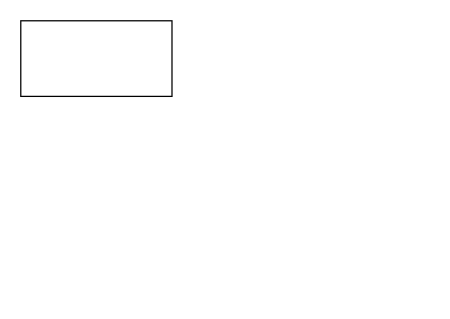
Earlier version of the draw.io diagram Untitled Diagram.drawio (uxyheaven/drawio). Source tidied: cells renumbered, new cells numbered last; positions are measured from the earlier drawing's top-left corner, leaving out a move shared by most shapes. Both pictures are drawn from the tidied source at 126%, with x=0, y=0 at pixel (20, 20).
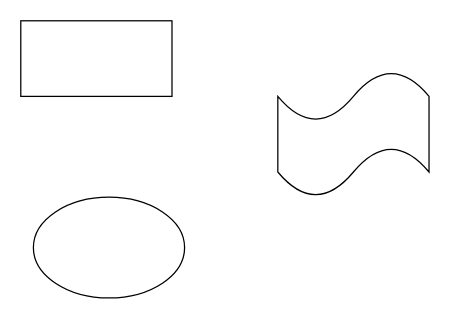
Above is the later version.

Diff of the diagram source:
```diff
@@
 <mxGraphModel>
   <root>
     <mxCell id="0" />
     <mxCell id="1" parent="0" />
     <mxCell id="2" style="rounded=0;whiteSpace=wrap;html=1;" parent="1" vertex="1">
       <mxGeometry width="120" height="60" as="geometry" />
     </mxCell>
+    <mxCell id="3" style="ellipse;whiteSpace=wrap;html=1;" parent="1" vertex="1">
+      <mxGeometry x="10" y="140" width="120" height="80" as="geometry" />
+    </mxCell>
+    <mxCell id="4" style="shape=tape;whiteSpace=wrap;html=1;" parent="1" vertex="1">
+      <mxGeometry x="204" y="40" width="120" height="100" as="geometry" />
+    </mxCell>
   </root>
 </mxGraphModel>
```
